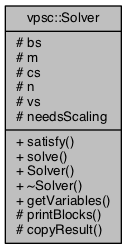
Above: documentation/classvpsc_1_1Solver__coll__graph.png in mjwybrow/adaptagrams (Graphviz), before the change. Its source is kept beside it as documentation/classvpsc_1_1Solver__coll__graph.dot.
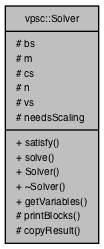
After the commit.

Diff of the diagram source:
```diff
@@ -2,5 +2,5 @@
 {
   edge [fontname="Helvetica",fontsize="10",labelfontname="Helvetica",labelfontsize="10"];
   node [fontname="Helvetica",fontsize="10",shape=record];
-  Node1 [label="{vpsc::Solver\n|# bs\l# m\l# cs\l# n\l# vs\l# needsScaling\l|+ satisfy()\l+ solve()\l+ Solver()\l+ ~Solver()\l+ getVariables()\l# printBlocks()\l# copyResult()\l}",height=0.2,width=0.4,color="black", fillcolor="grey75", style="filled", fontcolor="black"];
+  Node2 [label="{vpsc::Solver\n|# bs\l# m\l# cs\l# n\l# vs\l# needsScaling\l|+ satisfy()\l+ solve()\l+ Solver()\l+ ~Solver()\l+ getVariables()\l# printBlocks()\l# copyResult()\l}",height=0.2,width=0.4,color="black", fillcolor="grey75", style="filled", fontcolor="black"];
 }
```
